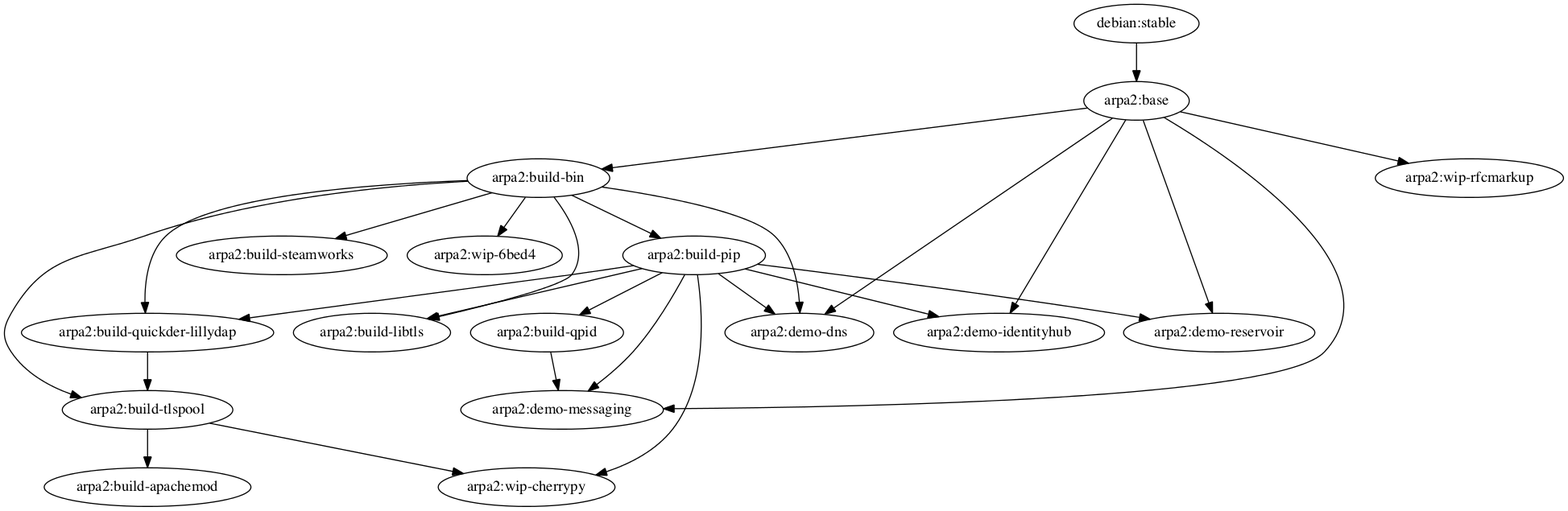
Before: deps.png, a diagram exported from Graphviz (timkuijsten/docker-demo). Its source is kept beside it as deps.dot.
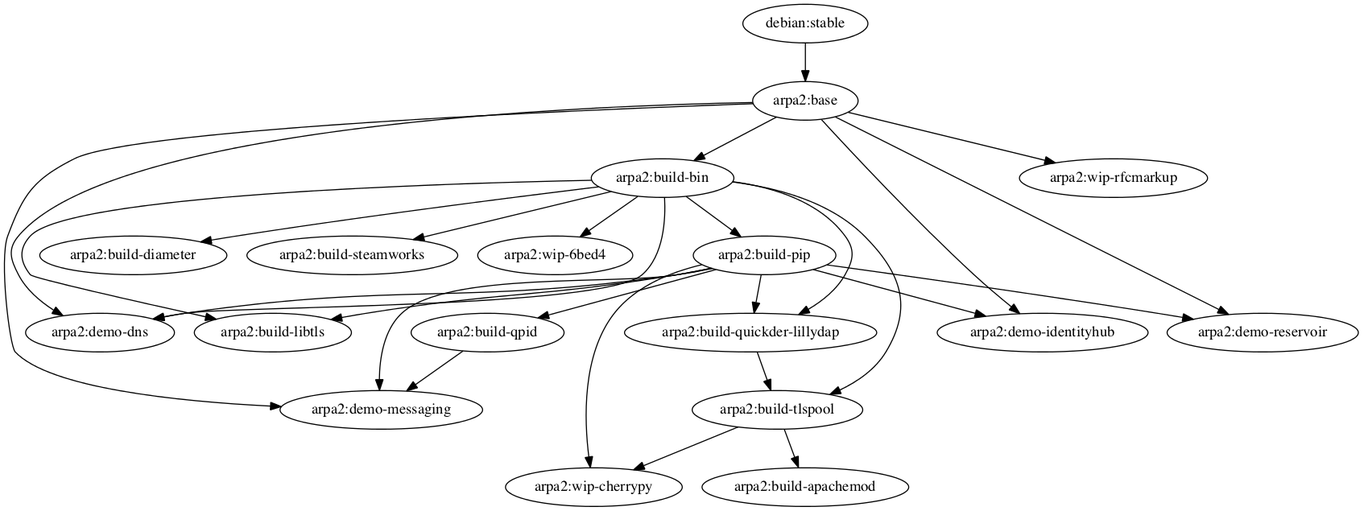
After the change.

The edit, as a diff of the source:
```diff
@@ -2,6 +2,7 @@
    "debian:stable" -> "arpa2:base"
    "arpa2:build-tlspool" -> "arpa2:build-apachemod"
    "arpa2:base" -> "arpa2:build-bin"
+   "arpa2:build-bin" -> "arpa2:build-diameter"
    "arpa2:build-pip" -> "arpa2:build-libtls"
    "arpa2:build-bin" -> "arpa2:build-libtls"
    "arpa2:build-bin" -> "arpa2:build-pip"
```
